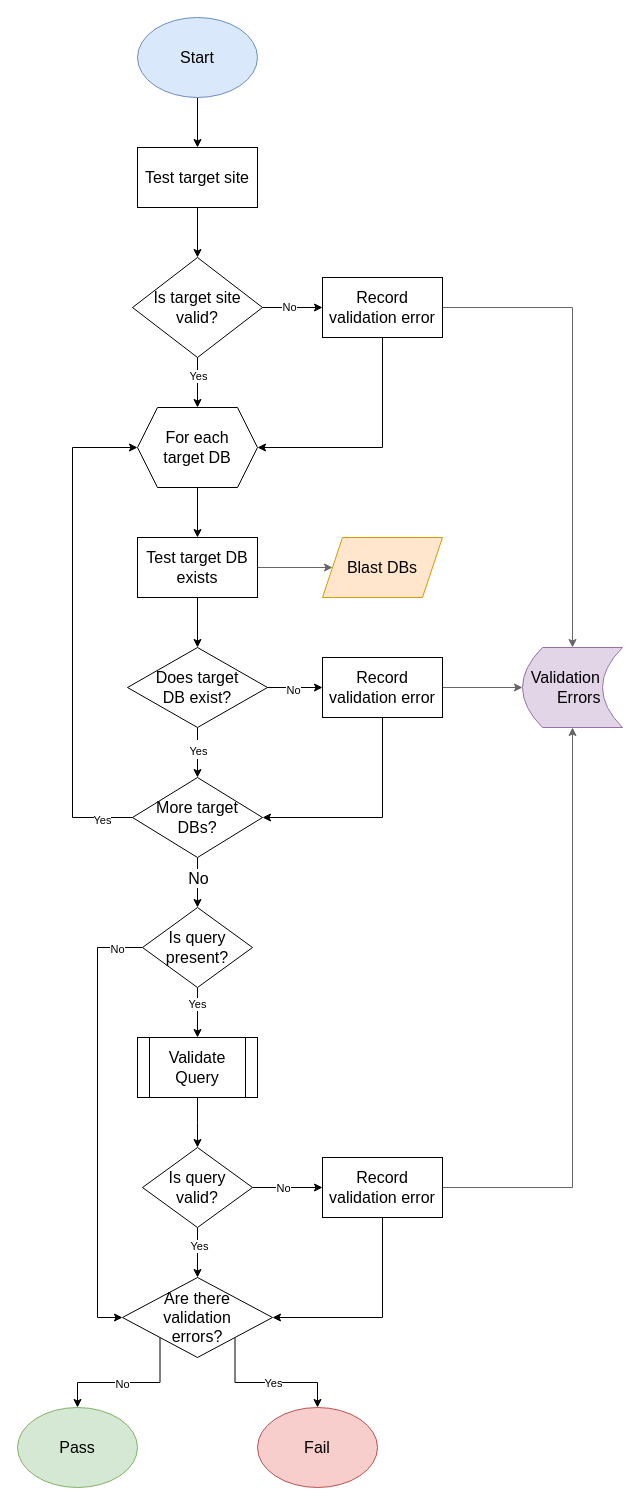
VEuPathDB/service-multi-blast keeps this draw.io diagram as docs/design/2.0/graphs/draw.io/validate-query-job-config.drawio. Above is the earlier version. Source tidied: cells renumbered, new cells numbered last; positions are measured from the earlier drawing's top-left corner, leaving out a move shared by most shapes. Both pictures are drawn from the tidied source at 100%, with x=0, y=0 at pixel (17, 17).
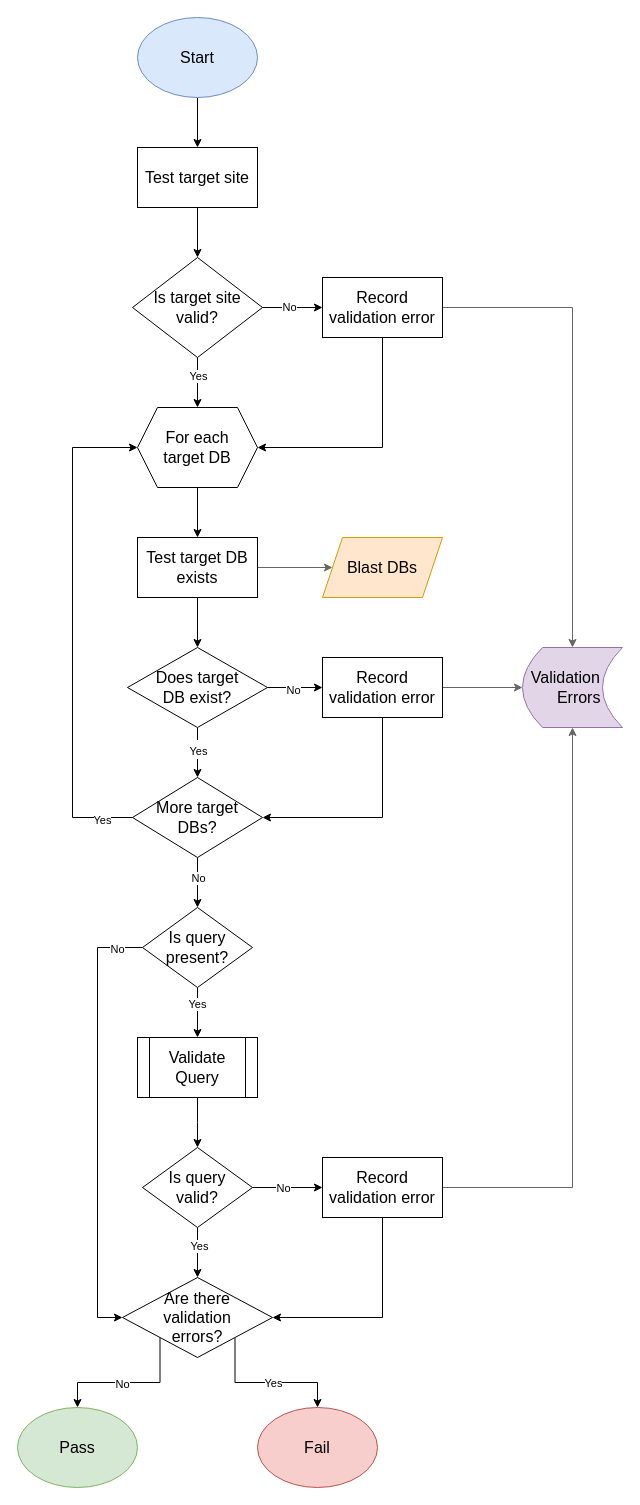
The same diagram, later.

Unchanged cells that the change refers to:
```xml
<mxCell id="27" style="edgeStyle=orthogonalEdgeStyle;rounded=0;jettySize=auto;html=1;exitX=0.5;exitY=1;exitDx=0;exitDy=0;entryX=0.5;entryY=0;entryDx=0;entryDy=0;fontSize=16;" parent="1" edge="1" source="31" target="39">
  <mxGeometry relative="1" as="geometry">
    <Array as="points">
      <mxPoint x="180" y="860" />
      <mxPoint x="180" y="860" />
    </Array>
  </mxGeometry>
</mxCell>
```

The edit, as a diff of the source:
```diff
@@
-    <mxCell id="28" value="No" style="edgeLabel;html=1;align=center;verticalAlign=middle;fontSize=16;" parent="27" vertex="1">
+    <mxCell id="28" value="No" style="edgeLabel;html=1;align=center;verticalAlign=middle;fontSize=11;" parent="27" vertex="1">
       <mxGeometry x="-0.08" relative="1" as="geometry">
         <mxPoint y="-3" as="offset" />
       </mxGeometry>
     </mxCell>
```
